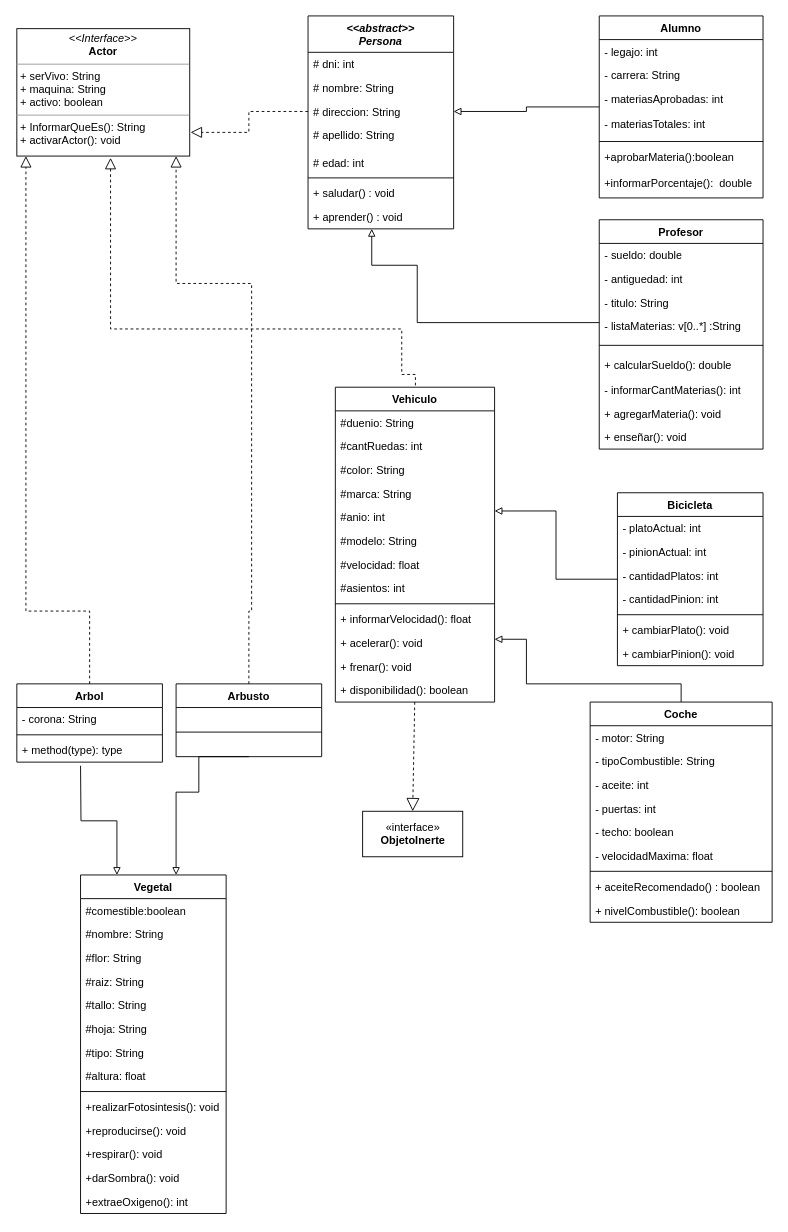
Above: Untitled Diagram.drawio in alex90o/DiagramaDeClasesTpDigit (draw.io), before the change. Source tidied: cells renumbered, new cells numbered last; positions are measured from the earlier drawing's top-left corner, leaving out a move shared by most shapes. Both pictures are drawn from the tidied source at 91%, with x=0, y=0 at pixel (16, 15).
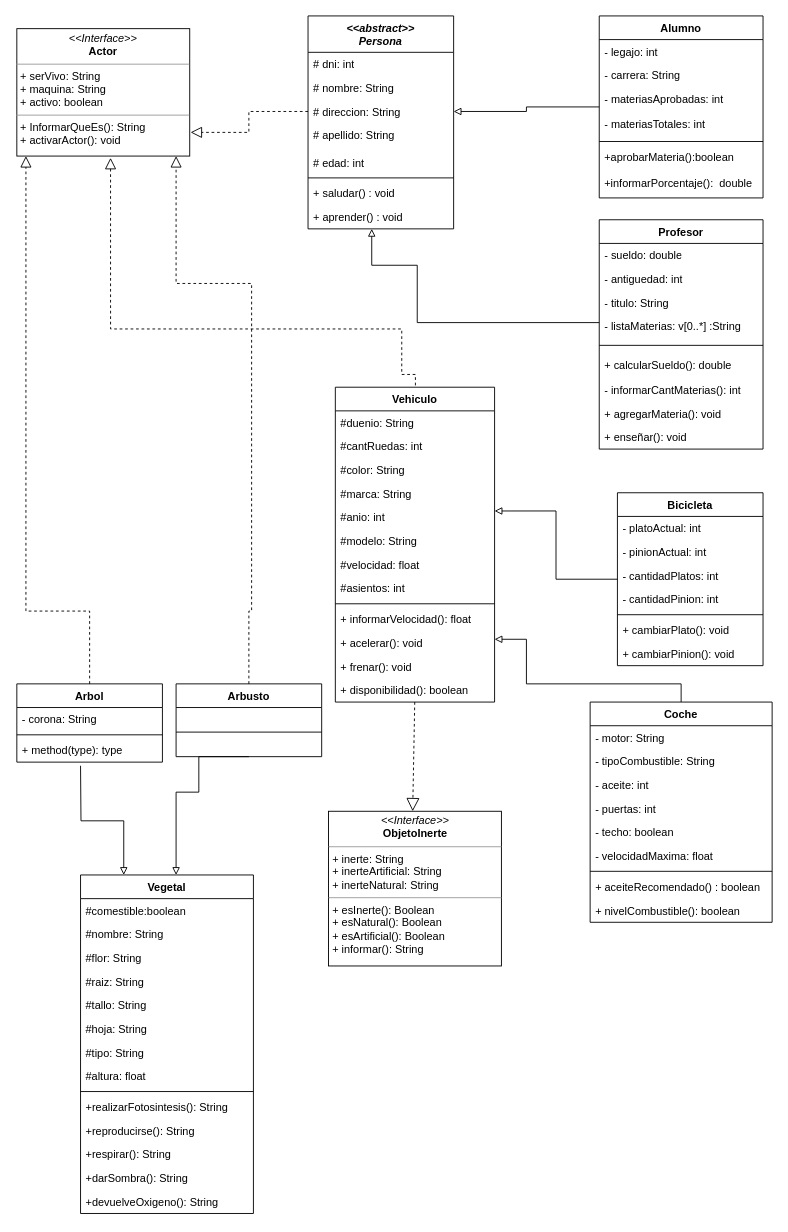
The same diagram, later.

Unchanged cells that the change refers to:
```xml
<mxCell id="26" value="+ disponibilidad(): boolean" style="text;strokeColor=none;fillColor=none;align=left;verticalAlign=top;spacingLeft=4;spacingRight=4;overflow=hidden;points=[[0,0.5],[1,0.5]];portConstraint=eastwest;" parent="13" vertex="1">
  <mxGeometry y="320" width="175" height="26" as="geometry" />
</mxCell>
```

The edit, as a diff of the source:
```diff
@@
-    <mxCell id="68" value="«interface»&lt;br&gt;&lt;b&gt;ObjetoInerte&lt;/b&gt;" style="html=1;" parent="1" vertex="1">
-      <mxGeometry x="380" y="874" width="110" height="50" as="geometry" />
-    </mxCell>
-    <mxCell id="69" style="endArrow=block;dashed=1;endFill=0;endSize=12;html=1;entryX=0.5;entryY=0;entryDx=0;entryDy=0;" parent="1" edge="1" source="26" target="68">
-      <mxGeometry relative="1" as="geometry" />
+    <mxCell id="69" style="endArrow=block;dashed=1;endFill=0;endSize=12;html=1;entryX=0.5;entryY=0;entryDx=0;entryDy=0;" parent="1" edge="1" source="26">
+      <mxGeometry relative="1" as="geometry">
+        <mxPoint x="435" y="874" as="targetPoint" />
+      </mxGeometry>
     </mxCell>
     <mxCell id="70" value="Vegetal" style="swimlane;fontStyle=1;align=center;verticalAlign=top;horizontal=1;startSize=26;" parent="1" vertex="1">
-      <mxGeometry x="70" y="944" width="160" height="372" as="geometry" />
+      <mxGeometry x="70" y="944" width="190" height="372" as="geometry" />
     </mxCell>
     <mxCell id="71" value="#comestible:boolean" style="text;strokeColor=none;fillColor=none;align=left;verticalAlign=top;spacingLeft=4;spacingRight=4;overflow=hidden;" parent="70" vertex="1">
-      <mxGeometry y="26" width="160" height="26" as="geometry" />
+      <mxGeometry y="26" width="190" height="26" as="geometry" />
     </mxCell>
     <mxCell id="72" value="#nombre: String" style="text;strokeColor=none;fillColor=none;align=left;verticalAlign=top;spacingLeft=4;spacingRight=4;overflow=hidden;" parent="70" vertex="1">
-      <mxGeometry y="52" width="160" height="26" as="geometry" />
+      <mxGeometry y="52" width="190" height="26" as="geometry" />
     </mxCell>
     <mxCell id="73" value="#flor: String" style="text;strokeColor=none;fillColor=none;align=left;verticalAlign=top;spacingLeft=4;spacingRight=4;overflow=hidden;" parent="70" vertex="1">
-      <mxGeometry y="78" width="160" height="26" as="geometry" />
+      <mxGeometry y="78" width="190" height="26" as="geometry" />
     </mxCell>
     <mxCell id="74" value="#raiz: String" style="text;strokeColor=none;fillColor=none;align=left;verticalAlign=top;spacingLeft=4;spacingRight=4;overflow=hidden;" parent="70" vertex="1">
-      <mxGeometry y="104" width="160" height="26" as="geometry" />
+      <mxGeometry y="104" width="190" height="26" as="geometry" />
     </mxCell>
     <mxCell id="75" value="#tallo: String " style="text;strokeColor=none;fillColor=none;align=left;verticalAlign=top;spacingLeft=4;spacingRight=4;overflow=hidden;" parent="70" vertex="1">
-      <mxGeometry y="130" width="160" height="26" as="geometry" />
+      <mxGeometry y="130" width="190" height="26" as="geometry" />
     </mxCell>
     <mxCell id="76" value="#hoja: String" style="text;strokeColor=none;fillColor=none;align=left;verticalAlign=top;spacingLeft=4;spacingRight=4;overflow=hidden;" parent="70" vertex="1">
-      <mxGeometry y="156" width="160" height="26" as="geometry" />
+      <mxGeometry y="156" width="190" height="26" as="geometry" />
     </mxCell>
     <mxCell id="77" value="#tipo: String" style="text;strokeColor=none;fillColor=none;align=left;verticalAlign=top;spacingLeft=4;spacingRight=4;overflow=hidden;" parent="70" vertex="1">
-      <mxGeometry y="182" width="160" height="26" as="geometry" />
+      <mxGeometry y="182" width="190" height="26" as="geometry" />
     </mxCell>
     <mxCell id="78" value="#altura: float" style="text;strokeColor=none;fillColor=none;align=left;verticalAlign=top;spacingLeft=4;spacingRight=4;overflow=hidden;" parent="70" vertex="1">
-      <mxGeometry y="208" width="160" height="26" as="geometry" />
+      <mxGeometry y="208" width="190" height="26" as="geometry" />
     </mxCell>
     <mxCell id="79" style="line;strokeWidth=1;fillColor=none;align=left;verticalAlign=middle;spacingTop=-1;spacingLeft=3;spacingRight=3;labelPosition=right;" parent="70" vertex="1">
-      <mxGeometry y="234" width="160" height="8" as="geometry" />
+      <mxGeometry y="234" width="190" height="8" as="geometry" />
     </mxCell>
-    <mxCell id="80" value="+realizarFotosintesis(): void" style="text;strokeColor=none;fillColor=none;align=left;verticalAlign=top;spacingLeft=4;spacingRight=4;overflow=hidden;" parent="70" vertex="1">
-      <mxGeometry y="242" width="160" height="26" as="geometry" />
+    <mxCell id="80" value="+realizarFotosintesis(): String" style="text;strokeColor=none;fillColor=none;align=left;verticalAlign=top;spacingLeft=4;spacingRight=4;overflow=hidden;" parent="70" vertex="1">
+      <mxGeometry y="242" width="190" height="26" as="geometry" />
     </mxCell>
-    <mxCell id="81" value="+reproducirse(): void" style="text;strokeColor=none;fillColor=none;align=left;verticalAlign=top;spacingLeft=4;spacingRight=4;overflow=hidden;" parent="70" vertex="1">
-      <mxGeometry y="268" width="160" height="26" as="geometry" />
+    <mxCell id="81" value="+reproducirse(): String" style="text;strokeColor=none;fillColor=none;align=left;verticalAlign=top;spacingLeft=4;spacingRight=4;overflow=hidden;" parent="70" vertex="1">
+      <mxGeometry y="268" width="190" height="26" as="geometry" />
     </mxCell>
-    <mxCell id="82" value="+respirar(): void" style="text;strokeColor=none;fillColor=none;align=left;verticalAlign=top;spacingLeft=4;spacingRight=4;overflow=hidden;" parent="70" vertex="1">
-      <mxGeometry y="294" width="160" height="26" as="geometry" />
+    <mxCell id="82" value="+respirar(): String" style="text;strokeColor=none;fillColor=none;align=left;verticalAlign=top;spacingLeft=4;spacingRight=4;overflow=hidden;" parent="70" vertex="1">
+      <mxGeometry y="294" width="190" height="26" as="geometry" />
     </mxCell>
-    <mxCell id="83" value="+darSombra(): void" style="text;strokeColor=none;fillColor=none;align=left;verticalAlign=top;spacingLeft=4;spacingRight=4;overflow=hidden;" parent="70" vertex="1">
-      <mxGeometry y="320" width="160" height="26" as="geometry" />
+    <mxCell id="83" value="+darSombra(): String" style="text;strokeColor=none;fillColor=none;align=left;verticalAlign=top;spacingLeft=4;spacingRight=4;overflow=hidden;" parent="70" vertex="1">
+      <mxGeometry y="320" width="190" height="26" as="geometry" />
     </mxCell>
-    <mxCell id="84" value="+extraeOxigeno(): int" style="text;strokeColor=none;fillColor=none;align=left;verticalAlign=top;spacingLeft=4;spacingRight=4;overflow=hidden;" parent="70" vertex="1">
-      <mxGeometry y="346" width="160" height="26" as="geometry" />
+    <mxCell id="84" value="+devuelveOxigeno(): String" style="text;strokeColor=none;fillColor=none;align=left;verticalAlign=top;spacingLeft=4;spacingRight=4;overflow=hidden;" parent="70" vertex="1">
+      <mxGeometry y="346" width="190" height="26" as="geometry" />
     </mxCell>
@@
+    <mxCell id="95" value="&lt;p style=&quot;margin: 0px ; margin-top: 4px ; text-align: center&quot;&gt;&lt;i&gt;&amp;lt;&amp;lt;Interface&amp;gt;&amp;gt;&lt;/i&gt;&lt;br&gt;&lt;b&gt;ObjetoInerte&lt;/b&gt;&lt;/p&gt;&lt;hr size=&quot;1&quot;&gt;&lt;p style=&quot;margin: 0px ; margin-left: 4px&quot;&gt;+ inerte: String&lt;br&gt;+ inerteArtificial: String&lt;/p&gt;&lt;p style=&quot;margin: 0px ; margin-left: 4px&quot;&gt;+ inerteNatural: String&lt;/p&gt;&lt;hr size=&quot;1&quot;&gt;&lt;p style=&quot;margin: 0px ; margin-left: 4px&quot;&gt;+ esInerte(): Boolean&lt;br&gt;+ esNatural(): Boolean&lt;/p&gt;&lt;p style=&quot;margin: 0px ; margin-left: 4px&quot;&gt;+ esArtificial(): Boolean&lt;/p&gt;&lt;p style=&quot;margin: 0px ; margin-left: 4px&quot;&gt;+ informar(): String&lt;/p&gt;" style="verticalAlign=top;align=left;overflow=fill;fontSize=12;fontFamily=Helvetica;html=1;rounded=0;shadow=0;comic=0;labelBackgroundColor=none;strokeWidth=1;" parent="1" vertex="1">
+      <mxGeometry x="342.5" y="874" width="190" height="170" as="geometry" />
+    </mxCell>
```
